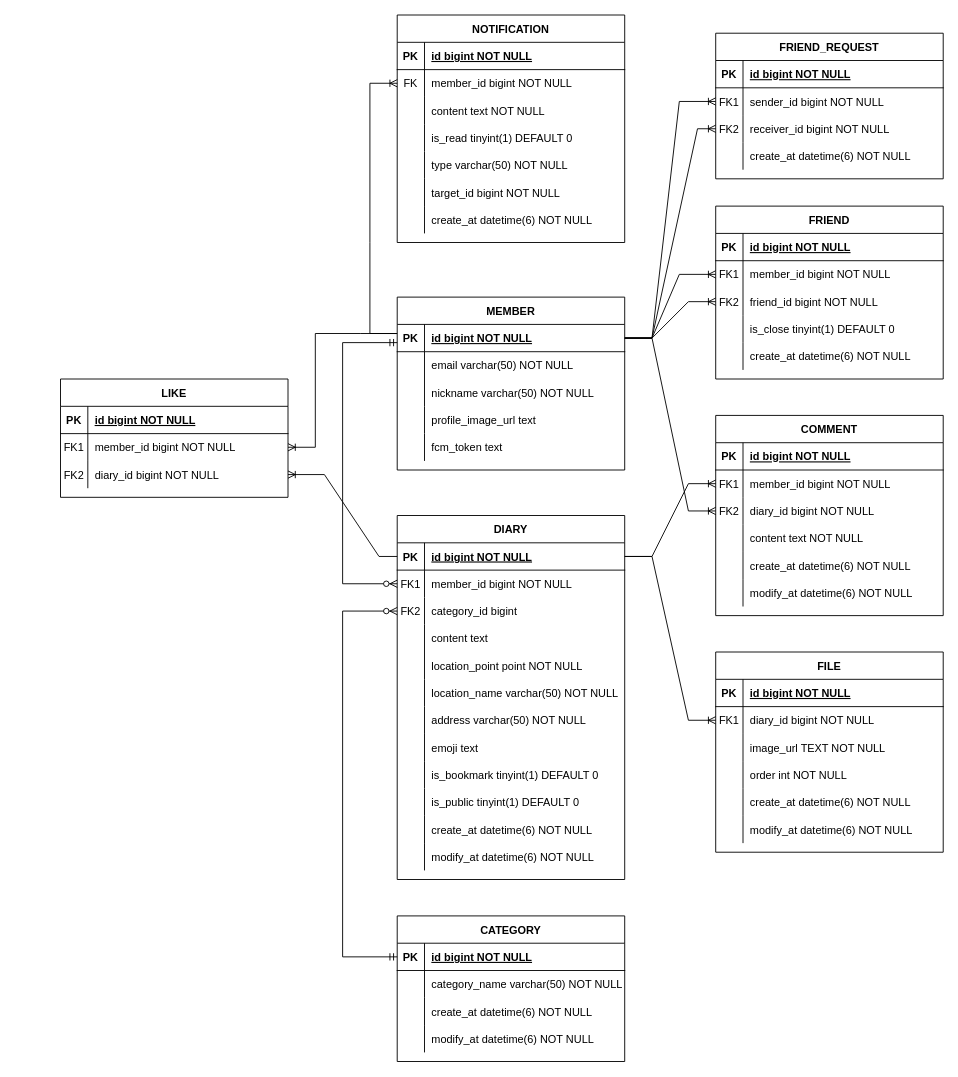
Above: erd.drawio in peeerr/document (draw.io), before the change. Source tidied: cells renumbered, new cells numbered last; positions are measured from the earlier drawing's top-left corner, leaving out a move shared by most shapes. Both pictures are drawn from the tidied source at 91%, with x=0, y=0 at pixel (24, -22).
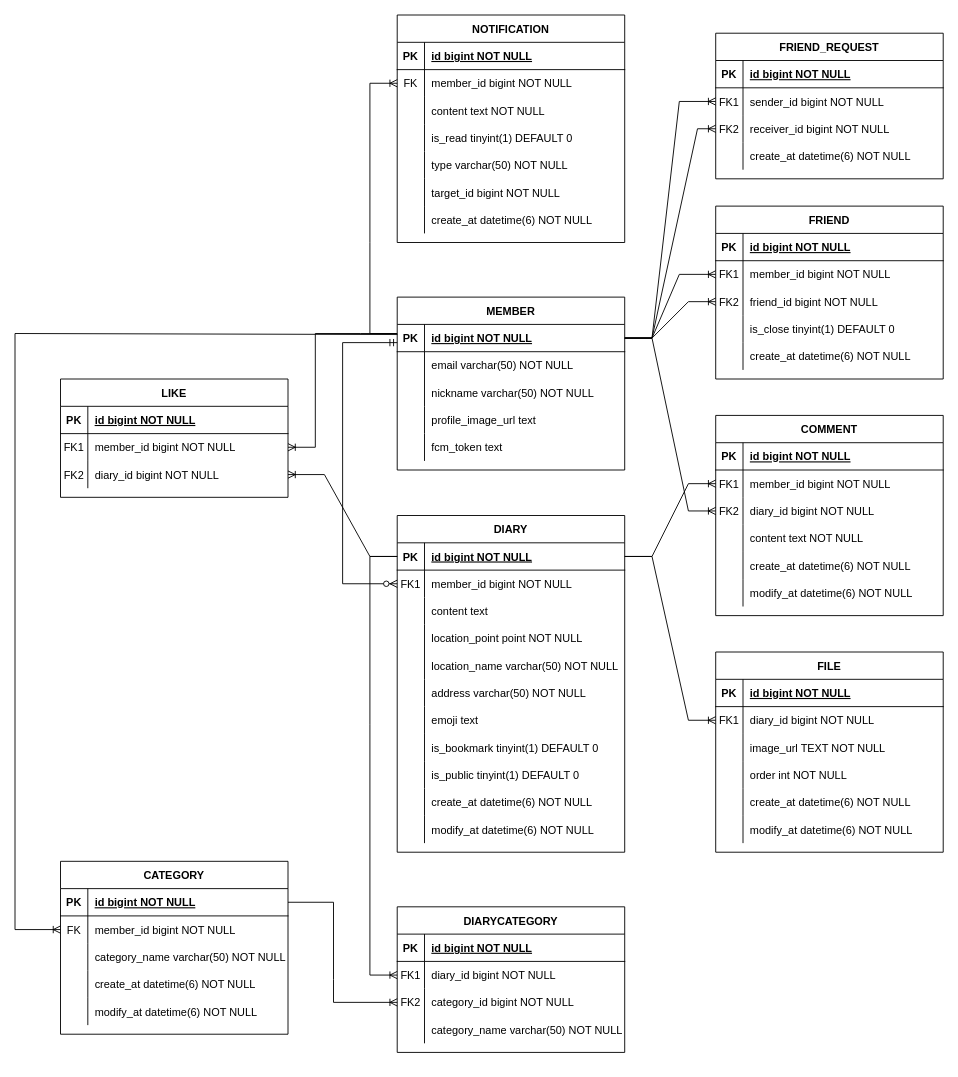
The same diagram, later.

Unchanged cells that the change refers to:
```xml
<mxCell id="3" style="shape=partialRectangle;fillColor=none;points=[[0,0.5],[1,0.5]];portConstraint=eastwest;top=0;left=0;right=0;bottom=1;" parent="2" vertex="1">
  <mxGeometry y="30" width="250" height="30" as="geometry" />
</mxCell>
<mxCell id="56" style="shape=partialRectangle;fillColor=none;points=[[0,0.5],[1,0.5]];portConstraint=eastwest;top=0;left=0;right=0;bottom=1;" parent="55" vertex="1">
  <mxGeometry y="30" width="250" height="30" as="geometry" />
</mxCell>
<mxCell id="119" style="shape=partialRectangle;fillColor=none;points=[[0,0.5],[1,0.5]];portConstraint=eastwest;top=0;left=0;right=0;bottom=0;" parent="112" vertex="1">
  <mxGeometry y="90" width="250" height="30" as="geometry" />
</mxCell>
<mxCell id="123" style="shape=partialRectangle;fillColor=none;points=[[0,0.5],[1,0.5]];portConstraint=eastwest;top=0;left=0;right=0;bottom=1;" parent="122" vertex="1">
  <mxGeometry y="30" width="250" height="30" as="geometry" />
</mxCell>
<mxCell id="126" style="shape=partialRectangle;fillColor=none;points=[[0,0.5],[1,0.5]];portConstraint=eastwest;top=0;left=0;right=0;bottom=0;" parent="122" vertex="1">
  <mxGeometry y="60" width="250" height="30" as="geometry" />
</mxCell>
```

Diff of the diagram source:
```diff
@@
     <mxCell id="2" value="DIARY" style="shape=table;startSize=30;childLayout=tableLayout;rowLines=0;fontStyle=1;align=center;" parent="1" vertex="1">
-      <mxGeometry x="410" y="590" width="250" height="400" as="geometry" />
+      <mxGeometry x="410" y="590" width="250" height="370" as="geometry" />
     </mxCell>
@@
-    <mxCell id="9" style="shape=partialRectangle;fillColor=none;points=[[0,0.5],[1,0.5]];portConstraint=eastwest;top=0;left=0;right=0;bottom=0;" parent="2" vertex="1">
-      <mxGeometry y="90" width="250" height="30" as="geometry" />
-    </mxCell>
-    <mxCell id="10" value="FK2" style="shape=partialRectangle;overflow=hidden;fillColor=none;top=0;left=0;bottom=0;right=0;" parent="9" vertex="1">
-      <mxGeometry width="30" height="30" as="geometry" />
-    </mxCell>
-    <mxCell id="11" value="category_id bigint" style="shape=partialRectangle;overflow=hidden;fillColor=none;top=0;left=0;bottom=0;right=0;align=left;spacingLeft=6;" parent="9" vertex="1">
-      <mxGeometry x="30" width="220" height="30" as="geometry" />
-    </mxCell>
     <mxCell id="12" style="shape=partialRectangle;fillColor=none;top=0;left=0;right=0;bottom=0;" parent="2" vertex="1">
-      <mxGeometry y="120" width="250" height="30" as="geometry" />
+      <mxGeometry y="90" width="250" height="30" as="geometry" />
     </mxCell>
@@
     <mxCell id="15" style="shape=partialRectangle;fillColor=none;top=0;left=0;right=0;bottom=0;" parent="2" vertex="1">
-      <mxGeometry y="150" width="250" height="30" as="geometry" />
+      <mxGeometry y="120" width="250" height="30" as="geometry" />
     </mxCell>
@@
     <mxCell id="18" style="shape=partialRectangle;fillColor=none;top=0;left=0;right=0;bottom=0;" parent="2" vertex="1">
-      <mxGeometry y="180" width="250" height="30" as="geometry" />
+      <mxGeometry y="150" width="250" height="30" as="geometry" />
     </mxCell>
@@
     <mxCell id="21" style="shape=partialRectangle;fillColor=none;top=0;left=0;right=0;bottom=0;" parent="2" vertex="1">
-      <mxGeometry y="210" width="250" height="30" as="geometry" />
+      <mxGeometry y="180" width="250" height="30" as="geometry" />
     </mxCell>
@@
     <mxCell id="24" style="shape=partialRectangle;fillColor=none;top=0;left=0;right=0;bottom=0;" parent="2" vertex="1">
-      <mxGeometry y="240" width="250" height="30" as="geometry" />
+      <mxGeometry y="210" width="250" height="30" as="geometry" />
     </mxCell>
@@
     <mxCell id="27" style="shape=partialRectangle;fillColor=none;top=0;left=0;right=0;bottom=0;" parent="2" vertex="1">
-      <mxGeometry y="270" width="250" height="30" as="geometry" />
+      <mxGeometry y="240" width="250" height="30" as="geometry" />
     </mxCell>
@@
     <mxCell id="30" style="shape=partialRectangle;fillColor=none;top=0;left=0;right=0;bottom=0;" parent="2" vertex="1">
-      <mxGeometry y="300" width="250" height="30" as="geometry" />
+      <mxGeometry y="270" width="250" height="30" as="geometry" />
     </mxCell>
@@
     <mxCell id="33" style="shape=partialRectangle;fillColor=none;top=0;left=0;right=0;bottom=0;" parent="2" vertex="1">
-      <mxGeometry y="330" width="250" height="30" as="geometry" />
+      <mxGeometry y="300" width="250" height="30" as="geometry" />
     </mxCell>
@@
     <mxCell id="36" style="shape=partialRectangle;fillColor=none;top=0;left=0;right=0;bottom=0;" parent="2" vertex="1">
-      <mxGeometry y="360" width="250" height="30" as="geometry" />
+      <mxGeometry y="330" width="250" height="30" as="geometry" />
     </mxCell>
@@
-    <mxCell id="122" value="CATEGORY" style="shape=table;startSize=30;childLayout=tableLayout;rowLines=0;fontStyle=1;align=center;" parent="1" vertex="1">
-      <mxGeometry x="410" y="1030" width="250" height="160" as="geometry" />
+    <mxCell id="122" value="DIARYCATEGORY" style="shape=table;startSize=30;childLayout=tableLayout;rowLines=0;fontStyle=1;align=center;" parent="1" vertex="1">
+      <mxGeometry x="410" y="1020" width="250" height="160" as="geometry" />
     </mxCell>
@@
-    <mxCell id="127" style="shape=partialRectangle;overflow=hidden;fillColor=none;top=0;left=0;bottom=0;right=0;" parent="126" vertex="1">
+    <mxCell id="127" value="FK1" style="shape=partialRectangle;overflow=hidden;fillColor=none;top=0;left=0;bottom=0;right=0;" parent="126" vertex="1">
       <mxGeometry width="30" height="30" as="geometry" />
     </mxCell>
-    <mxCell id="128" value="category_name varchar(50) NOT NULL" style="shape=partialRectangle;overflow=hidden;fillColor=none;top=0;left=0;bottom=0;right=0;align=left;spacingLeft=6;" parent="126" vertex="1">
+    <mxCell id="128" value="diary_id bigint NOT NULL" style="shape=partialRectangle;overflow=hidden;fillColor=none;top=0;left=0;bottom=0;right=0;align=left;spacingLeft=6;" parent="126" vertex="1">
       <mxGeometry x="30" width="220" height="30" as="geometry" />
     </mxCell>
-    <mxCell id="129" style="shape=partialRectangle;fillColor=none;top=0;left=0;right=0;bottom=0;" parent="122" vertex="1">
-      <mxGeometry y="90" width="250" height="30" as="geometry" />
-    </mxCell>
-    <mxCell id="130" style="shape=partialRectangle;overflow=hidden;fillColor=none;top=0;left=0;bottom=0;right=0;" parent="129" vertex="1">
-      <mxGeometry width="30" height="30" as="geometry" />
-    </mxCell>
-    <mxCell id="131" value="create_at datetime(6) NOT NULL" style="shape=partialRectangle;overflow=hidden;fillColor=none;top=0;left=0;bottom=0;right=0;align=left;spacingLeft=6;" parent="129" vertex="1">
-      <mxGeometry x="30" width="220" height="30" as="geometry" />
-    </mxCell>
-    <mxCell id="132" style="shape=partialRectangle;fillColor=none;top=0;left=0;right=0;bottom=0;" parent="122" vertex="1">
-      <mxGeometry y="120" width="250" height="30" as="geometry" />
-    </mxCell>
-    <mxCell id="133" style="shape=partialRectangle;overflow=hidden;fillColor=none;top=0;left=0;bottom=0;right=0;" parent="132" vertex="1">
-      <mxGeometry width="30" height="30" as="geometry" />
-    </mxCell>
-    <mxCell id="134" value="modify_at datetime(6) NOT NULL" style="shape=partialRectangle;overflow=hidden;fillColor=none;top=0;left=0;bottom=0;right=0;align=left;spacingLeft=6;" parent="132" vertex="1">
-      <mxGeometry x="30" width="220" height="30" as="geometry" />
-    </mxCell>
+    <mxCell id="184" style="shape=partialRectangle;fillColor=none;points=[[0,0.5],[1,0.5]];portConstraint=eastwest;top=0;left=0;right=0;bottom=0;" parent="122" vertex="1">
+      <mxGeometry y="90" width="250" height="30" as="geometry" />
+    </mxCell>
+    <mxCell id="10" value="FK2" style="shape=partialRectangle;overflow=hidden;fillColor=none;top=0;left=0;bottom=0;right=0;" parent="184" vertex="1">
+      <mxGeometry width="30" height="30" as="geometry" />
+    </mxCell>
+    <mxCell id="185" value="category_id bigint NOT NULL" style="shape=partialRectangle;overflow=hidden;fillColor=none;top=0;left=0;bottom=0;right=0;align=left;spacingLeft=6;" parent="184" vertex="1">
+      <mxGeometry x="30" width="220" height="30" as="geometry" />
+    </mxCell>
+    <mxCell id="186" style="shape=partialRectangle;fillColor=none;top=0;left=0;right=0;bottom=0;" parent="122" vertex="1">
+      <mxGeometry y="120" width="250" height="30" as="geometry" />
+    </mxCell>
+    <mxCell id="187" style="shape=partialRectangle;overflow=hidden;fillColor=none;top=0;left=0;bottom=0;right=0;" parent="186" vertex="1">
+      <mxGeometry width="30" height="30" as="geometry" />
+    </mxCell>
+    <mxCell id="188" value="category_name varchar(50) NOT NULL" style="shape=partialRectangle;overflow=hidden;fillColor=none;top=0;left=0;bottom=0;right=0;align=left;spacingLeft=6;" parent="186" vertex="1">
+      <mxGeometry x="30" width="220" height="30" as="geometry" />
+    </mxCell>
@@
-    <mxCell id="136" style="fontSize=12;html=1;endArrow=ERzeroToMany;startArrow=ERmandOne;rounded=0;exitX=0;exitY=0.5;exitDx=0;exitDy=0;entryX=0;entryY=0.5;entryDx=0;entryDy=0;" parent="1" edge="1" source="123" target="9">
-      <mxGeometry relative="1" as="geometry">
-        <Array as="points">
-          <mxPoint x="350" y="1075" />
-          <mxPoint x="350" y="695" />
-        </Array>
-      </mxGeometry>
-    </mxCell>
     <mxCell id="137" style="fontSize=12;html=1;endArrow=ERoneToMany;rounded=0;entryX=1;entryY=0.5;entryDx=0;entryDy=0;exitX=0;exitY=0.5;exitDx=0;exitDy=0;" parent="1" edge="1" source="3" target="119">
       <mxGeometry relative="1" as="geometry">
         <Array as="points">
-          <mxPoint x="390" y="635" />
+          <mxPoint x="380" y="635" />
           <mxPoint x="330" y="545" />
         </Array>
       </mxGeometry>
     </mxCell>
@@
+    <mxCell id="189" value="CATEGORY" style="shape=table;startSize=30;childLayout=tableLayout;rowLines=0;fontStyle=1;align=center;" parent="1" vertex="1">
+      <mxGeometry x="40" y="970" width="250" height="190" as="geometry" />
+    </mxCell>
+    <mxCell id="190" style="shape=partialRectangle;fillColor=none;points=[[0,0.5],[1,0.5]];portConstraint=eastwest;top=0;left=0;right=0;bottom=1;" parent="189" vertex="1">
+      <mxGeometry y="30" width="250" height="30" as="geometry" />
+    </mxCell>
+    <mxCell id="191" value="PK" style="shape=partialRectangle;overflow=hidden;fillColor=none;top=0;left=0;bottom=0;right=0;fontStyle=1;" parent="190" vertex="1">
+      <mxGeometry width="30" height="30" as="geometry" />
+    </mxCell>
+    <mxCell id="192" value="id bigint NOT NULL " style="shape=partialRectangle;overflow=hidden;fillColor=none;top=0;left=0;bottom=0;right=0;align=left;spacingLeft=6;fontStyle=5;" parent="190" vertex="1">
+      <mxGeometry x="30" width="220" height="30" as="geometry" />
+    </mxCell>
+    <mxCell id="193" style="shape=partialRectangle;fillColor=none;points=[[0,0.5],[1,0.5]];portConstraint=eastwest;top=0;left=0;right=0;bottom=0;" parent="189" vertex="1">
+      <mxGeometry y="60" width="250" height="30" as="geometry" />
+    </mxCell>
+    <mxCell id="194" value="FK" style="shape=partialRectangle;overflow=hidden;fillColor=none;top=0;left=0;bottom=0;right=0;" parent="193" vertex="1">
+      <mxGeometry width="30" height="30" as="geometry" />
+    </mxCell>
+    <mxCell id="195" value="member_id bigint NOT NULL" style="shape=partialRectangle;overflow=hidden;fillColor=none;top=0;left=0;bottom=0;right=0;align=left;spacingLeft=6;" parent="193" vertex="1">
+      <mxGeometry x="30" width="220" height="30" as="geometry" />
+    </mxCell>
+    <mxCell id="196" style="shape=partialRectangle;fillColor=none;top=0;left=0;right=0;bottom=0;" parent="189" vertex="1">
+      <mxGeometry y="90" width="250" height="30" as="geometry" />
+    </mxCell>
+    <mxCell id="197" style="shape=partialRectangle;overflow=hidden;fillColor=none;top=0;left=0;bottom=0;right=0;" parent="196" vertex="1">
+      <mxGeometry width="30" height="30" as="geometry" />
+    </mxCell>
+    <mxCell id="198" value="category_name varchar(50) NOT NULL" style="shape=partialRectangle;overflow=hidden;fillColor=none;top=0;left=0;bottom=0;right=0;align=left;spacingLeft=6;" parent="196" vertex="1">
+      <mxGeometry x="30" width="220" height="30" as="geometry" />
+    </mxCell>
+    <mxCell id="199" style="shape=partialRectangle;fillColor=none;top=0;left=0;right=0;bottom=0;" parent="189" vertex="1">
+      <mxGeometry y="120" width="250" height="30" as="geometry" />
+    </mxCell>
+    <mxCell id="200" style="shape=partialRectangle;overflow=hidden;fillColor=none;top=0;left=0;bottom=0;right=0;" parent="199" vertex="1">
+      <mxGeometry width="30" height="30" as="geometry" />
+    </mxCell>
+    <mxCell id="131" value="create_at datetime(6) NOT NULL" style="shape=partialRectangle;overflow=hidden;fillColor=none;top=0;left=0;bottom=0;right=0;align=left;spacingLeft=6;" parent="199" vertex="1">
+      <mxGeometry x="30" width="220" height="30" as="geometry" />
+    </mxCell>
+    <mxCell id="201" style="shape=partialRectangle;fillColor=none;top=0;left=0;right=0;bottom=0;" parent="189" vertex="1">
+      <mxGeometry y="150" width="250" height="30" as="geometry" />
+    </mxCell>
+    <mxCell id="202" style="shape=partialRectangle;overflow=hidden;fillColor=none;top=0;left=0;bottom=0;right=0;" parent="201" vertex="1">
+      <mxGeometry width="30" height="30" as="geometry" />
+    </mxCell>
+    <mxCell id="134" value="modify_at datetime(6) NOT NULL" style="shape=partialRectangle;overflow=hidden;fillColor=none;top=0;left=0;bottom=0;right=0;align=left;spacingLeft=6;" parent="201" vertex="1">
+      <mxGeometry x="30" width="220" height="30" as="geometry" />
+    </mxCell>
+    <mxCell id="203" style="fontSize=12;html=1;endArrow=ERoneToMany;rounded=0;entryX=0;entryY=0.5;entryDx=0;entryDy=0;exitX=0;exitY=0.5;exitDx=0;exitDy=0;" parent="1" edge="1" source="3" target="126">
+      <mxGeometry relative="1" as="geometry">
+        <Array as="points">
+          <mxPoint x="380" y="635" />
+          <mxPoint x="380" y="820" />
+          <mxPoint x="380" y="1095" />
+        </Array>
+      </mxGeometry>
+    </mxCell>
+    <mxCell id="204" style="fontSize=12;html=1;endArrow=ERoneToMany;rounded=0;entryX=0;entryY=0.5;entryDx=0;entryDy=0;exitX=1;exitY=0.5;exitDx=0;exitDy=0;" parent="1" edge="1" source="190" target="184">
+      <mxGeometry relative="1" as="geometry">
+        <Array as="points">
+          <mxPoint x="340" y="1015" />
+          <mxPoint x="340" y="1100" />
+          <mxPoint x="340" y="1125" />
+        </Array>
+      </mxGeometry>
+    </mxCell>
+    <mxCell id="205" style="fontSize=12;html=1;endArrow=ERoneToMany;rounded=0;entryX=0;entryY=0.5;entryDx=0;entryDy=0;exitX=0.001;exitY=0.371;exitDx=0;exitDy=0;exitPerimeter=0;" parent="1" edge="1" source="56" target="193">
+      <mxGeometry relative="1" as="geometry">
+        <Array as="points">
+          <mxPoint x="-10" y="390" />
+          <mxPoint x="-10" y="1045" />
+        </Array>
+      </mxGeometry>
+    </mxCell>
+    <mxCell id="206" style="rounded=0;whiteSpace=wrap;html=1;" parent="1" vertex="1">
+      <mxGeometry x="-70" y="630" height="60" as="geometry" />
+    </mxCell>
```
